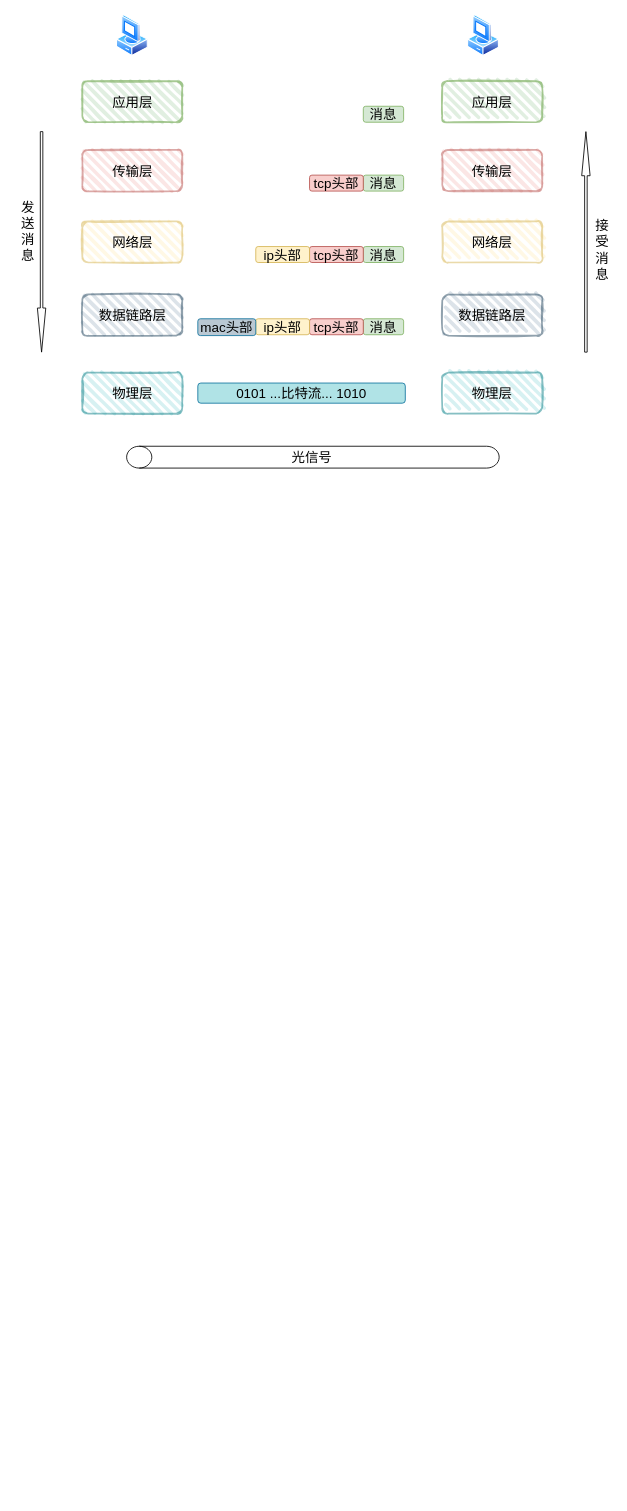
The draw.io diagram 网络/数据链路层.drawio in enjoyITPan/picture, before the edit. Source tidied: cells renumbered, new cells numbered last; positions are measured from the earlier drawing's top-left corner, leaving out a move shared by most shapes. Both pictures are drawn from the tidied source at 84%, with x=0, y=0 at pixel (14, 14).
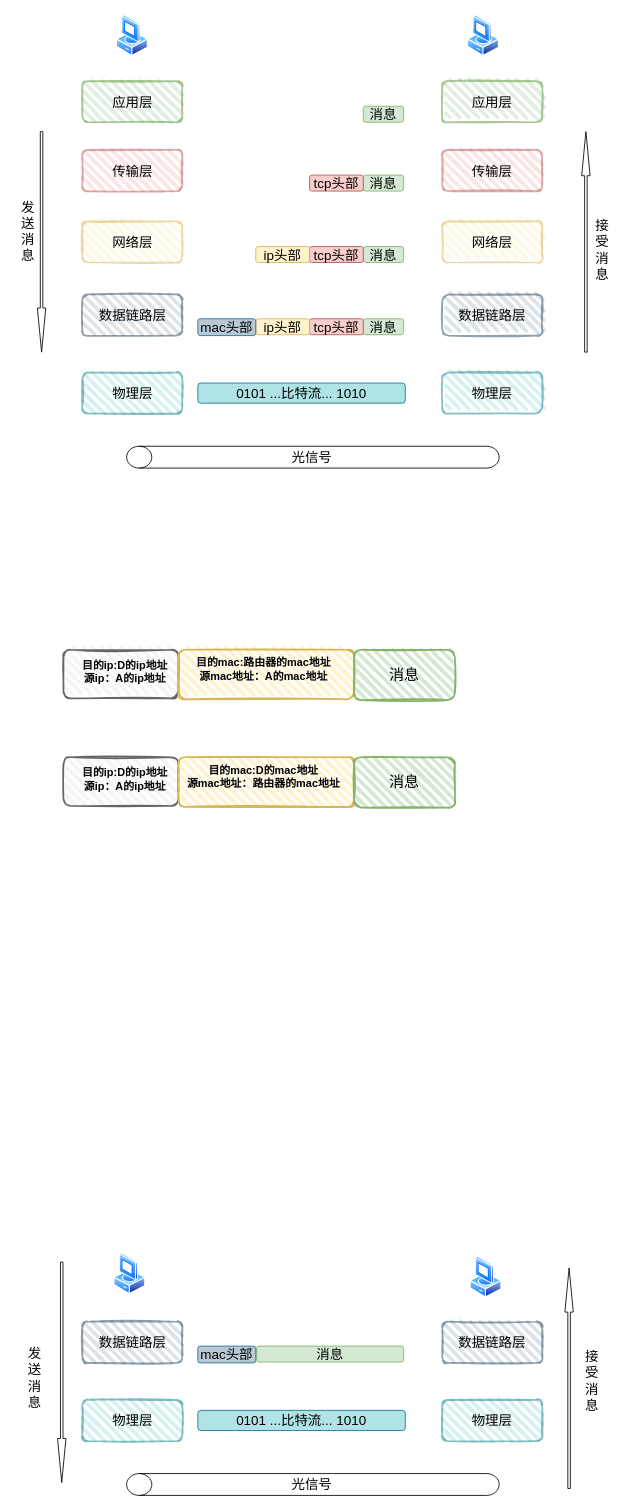
After the change.

Commit message:
更新数据链路层.drawio

The edit, as a diff of the source:
```diff
@@
+    <mxCell id="31" style="rounded=1;whiteSpace=wrap;html=1;strokeWidth=2;fillWeight=4;hachureGap=8;hachureAngle=45;sketch=1;fillColor=#f5f5f5;fontColor=#333333;strokeColor=#666666;" parent="1" vertex="1">
+      <mxGeometry x="58" y="756" width="137" height="58" as="geometry" />
+    </mxCell>
+    <mxCell id="32" style="rounded=1;whiteSpace=wrap;html=1;strokeWidth=2;fillWeight=4;hachureGap=8;hachureAngle=45;fillColor=#fff2cc;sketch=1;strokeColor=#d6b656;" parent="1" vertex="1">
+      <mxGeometry x="195" y="756" width="209" height="59" as="geometry" />
+    </mxCell>
+    <mxCell id="33" value="&lt;font style=&quot;font-size: 18px;&quot;&gt;消息&lt;/font&gt;" style="rounded=1;whiteSpace=wrap;html=1;strokeWidth=2;fillWeight=4;hachureGap=8;hachureAngle=45;fillColor=#d5e8d4;sketch=1;strokeColor=#82b366;" parent="1" vertex="1">
+      <mxGeometry x="404" y="756" width="120" height="60" as="geometry" />
+    </mxCell>
+    <mxCell id="34" value="目的mac:路由器的mac地址&lt;br style=&quot;font-size: 13px;&quot;&gt;源mac地址：A的mac地址" style="text;strokeColor=none;fillColor=none;html=1;fontSize=13;fontStyle=1;verticalAlign=middle;align=center;" parent="1" vertex="1">
+      <mxGeometry x="246" y="759" width="100" height="40" as="geometry" />
+    </mxCell>
+    <mxCell id="35" value="目的ip:D的ip地址&lt;br style=&quot;font-size: 13px;&quot;&gt;源ip：A的ip地址" style="text;strokeColor=none;fillColor=none;html=1;fontSize=13;fontStyle=1;verticalAlign=middle;align=center;" parent="1" vertex="1">
+      <mxGeometry x="80.5" y="762" width="100" height="40" as="geometry" />
+    </mxCell>
+    <mxCell id="36" style="rounded=1;whiteSpace=wrap;html=1;strokeWidth=2;fillWeight=4;hachureGap=8;hachureAngle=45;sketch=1;fillColor=#f5f5f5;fontColor=#333333;strokeColor=#666666;" parent="1" vertex="1">
+      <mxGeometry x="58" y="884" width="137" height="58" as="geometry" />
+    </mxCell>
+    <mxCell id="37" style="rounded=1;whiteSpace=wrap;html=1;strokeWidth=2;fillWeight=4;hachureGap=8;hachureAngle=45;fillColor=#fff2cc;sketch=1;strokeColor=#d6b656;" parent="1" vertex="1">
+      <mxGeometry x="195" y="884" width="209" height="59" as="geometry" />
+    </mxCell>
+    <mxCell id="38" value="&lt;font style=&quot;font-size: 18px;&quot;&gt;消息&lt;/font&gt;" style="rounded=1;whiteSpace=wrap;html=1;strokeWidth=2;fillWeight=4;hachureGap=8;hachureAngle=45;fillColor=#d5e8d4;sketch=1;strokeColor=#82b366;" parent="1" vertex="1">
+      <mxGeometry x="404" y="884" width="120" height="60" as="geometry" />
+    </mxCell>
+    <mxCell id="39" value="目的mac:D的mac地址&lt;br style=&quot;font-size: 13px;&quot;&gt;源mac地址：路由器的mac地址" style="text;strokeColor=none;fillColor=none;html=1;fontSize=13;fontStyle=1;verticalAlign=middle;align=center;" parent="1" vertex="1">
+      <mxGeometry x="246" y="887" width="100" height="40" as="geometry" />
+    </mxCell>
+    <mxCell id="40" value="目的ip:D的ip地址&lt;br style=&quot;font-size: 13px;&quot;&gt;源ip：A的ip地址" style="text;strokeColor=none;fillColor=none;html=1;fontSize=13;fontStyle=1;verticalAlign=middle;align=center;" parent="1" vertex="1">
+      <mxGeometry x="80.5" y="890" width="100" height="40" as="geometry" />
+    </mxCell>
+    <mxCell id="41" style="image;perimeter=ellipsePerimeter;html=1;align=center;shadow=0;dashed=0;spacingTop=3;image=img/lib/active_directory/vista_client.svg;fontSize=16;" parent="1" vertex="1">
+      <mxGeometry x="118" y="1474" width="38" height="50" as="geometry" />
+    </mxCell>
+    <mxCell id="42" style="image;perimeter=ellipsePerimeter;html=1;align=center;shadow=0;dashed=0;spacingTop=3;image=img/lib/active_directory/vista_client.svg;fontSize=16;" parent="1" vertex="1">
+      <mxGeometry x="542" y="1478" width="38" height="50" as="geometry" />
+    </mxCell>
+    <mxCell id="43" value="&lt;font color=&quot;#000000&quot;&gt;数据链路层&lt;/font&gt;" style="rounded=1;whiteSpace=wrap;html=1;strokeWidth=2;fillWeight=4;hachureGap=8;hachureAngle=45;fillColor=#bac8d3;sketch=1;fontSize=16;strokeColor=#23445d;opacity=50;" parent="1" vertex="1">
+      <mxGeometry x="80.5" y="1556" width="119" height="49" as="geometry" />
+    </mxCell>
+    <mxCell id="44" value="物理层" style="rounded=1;whiteSpace=wrap;html=1;strokeWidth=2;fillWeight=4;hachureGap=8;hachureAngle=45;fillColor=#b0e3e6;sketch=1;fontSize=16;strokeColor=#0e8088;opacity=50;" parent="1" vertex="1">
+      <mxGeometry x="80.5" y="1649" width="119" height="49" as="geometry" />
+    </mxCell>
+    <mxCell id="45" value="&lt;font color=&quot;#000000&quot;&gt;数据链路层&lt;/font&gt;" style="rounded=1;whiteSpace=wrap;html=1;strokeWidth=2;fillWeight=4;hachureGap=8;hachureAngle=45;fillColor=#bac8d3;sketch=1;fontSize=16;strokeColor=#23445d;opacity=50;" parent="1" vertex="1">
+      <mxGeometry x="509" y="1556" width="119" height="49" as="geometry" />
+    </mxCell>
+    <mxCell id="46" value="物理层" style="rounded=1;whiteSpace=wrap;html=1;strokeWidth=2;fillWeight=4;hachureGap=8;hachureAngle=45;fillColor=#b0e3e6;sketch=1;fontSize=16;strokeColor=#0e8088;opacity=50;" parent="1" vertex="1">
+      <mxGeometry x="509" y="1649" width="119" height="49" as="geometry" />
+    </mxCell>
+    <mxCell id="47" value="消息" style="rounded=1;whiteSpace=wrap;html=1;fontSize=16;fillColor=#d5e8d4;strokeColor=#82b366;" parent="1" vertex="1">
+      <mxGeometry x="288" y="1585" width="175" height="19" as="geometry" />
+    </mxCell>
+    <mxCell id="48" value="mac头部" style="rounded=1;whiteSpace=wrap;html=1;fontSize=16;fillColor=#BAC8D3;strokeColor=#10739e;" parent="1" vertex="1">
+      <mxGeometry x="218" y="1585" width="69" height="20" as="geometry" />
+    </mxCell>
+    <mxCell id="49" value="0101 ...比特流... 1010" style="rounded=1;whiteSpace=wrap;html=1;fontSize=16;fillColor=#B0E3E6;strokeColor=#10739e;" parent="1" vertex="1">
+      <mxGeometry x="218" y="1661.5" width="247" height="24" as="geometry" />
+    </mxCell>
+    <mxCell id="50" style="shape=cylinder3;whiteSpace=wrap;html=1;boundedLbl=1;backgroundOutline=1;size=15;fontSize=16;rotation=-90;" parent="1" vertex="1">
+      <mxGeometry x="342" y="1528" width="26" height="443.5" as="geometry" />
+    </mxCell>
+    <mxCell id="51" value="光信号" style="text;html=1;strokeColor=none;fillColor=none;align=center;verticalAlign=middle;whiteSpace=wrap;rounded=0;fontSize=16;" parent="1" vertex="1">
+      <mxGeometry x="324" y="1734.5" width="60" height="30" as="geometry" />
+    </mxCell>
+    <mxCell id="52" style="shape=singleArrow;direction=south;whiteSpace=wrap;html=1;fontSize=16;" parent="1" vertex="1">
+      <mxGeometry x="51" y="1485" width="10" height="262.5" as="geometry" />
+    </mxCell>
+    <mxCell id="53" style="shape=singleArrow;direction=south;whiteSpace=wrap;html=1;fontSize=16;rotation=-180;" parent="1" vertex="1">
+      <mxGeometry x="655" y="1492" width="10" height="262.5" as="geometry" />
+    </mxCell>
+    <mxCell id="54" value="发送消息" style="text;html=1;strokeColor=none;fillColor=none;align=center;verticalAlign=middle;whiteSpace=wrap;rounded=0;fontSize=16;" parent="1" vertex="1">
+      <mxGeometry x="8" y="1569.2" width="32" height="108" as="geometry" />
+    </mxCell>
+    <mxCell id="55" value="接受消息" style="text;html=1;strokeColor=none;fillColor=none;align=center;verticalAlign=middle;whiteSpace=wrap;rounded=0;fontSize=16;" parent="1" vertex="1">
+      <mxGeometry x="675" y="1556" width="25" height="139" as="geometry" />
+    </mxCell>
```
